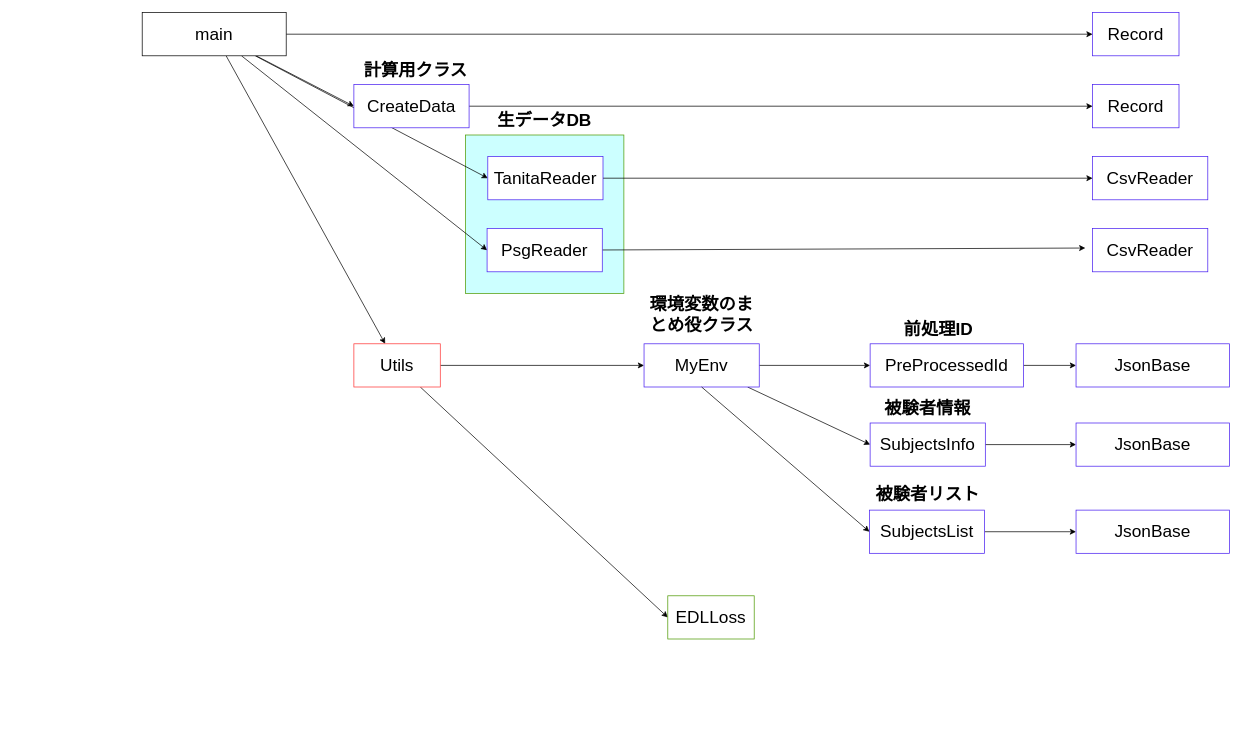
Before: page "main.py" (1 of 4) of pre_process/architecture.dio in Taiki-jp/sleep_study, a draw.io diagram. Source tidied: cells renumbered, new cells numbered last; positions are measured from the earlier drawing's top-left corner, leaving out a move shared by most shapes. Both pictures are drawn from the tidied source at 72%, with x=0, y=0 at pixel (142, 12).
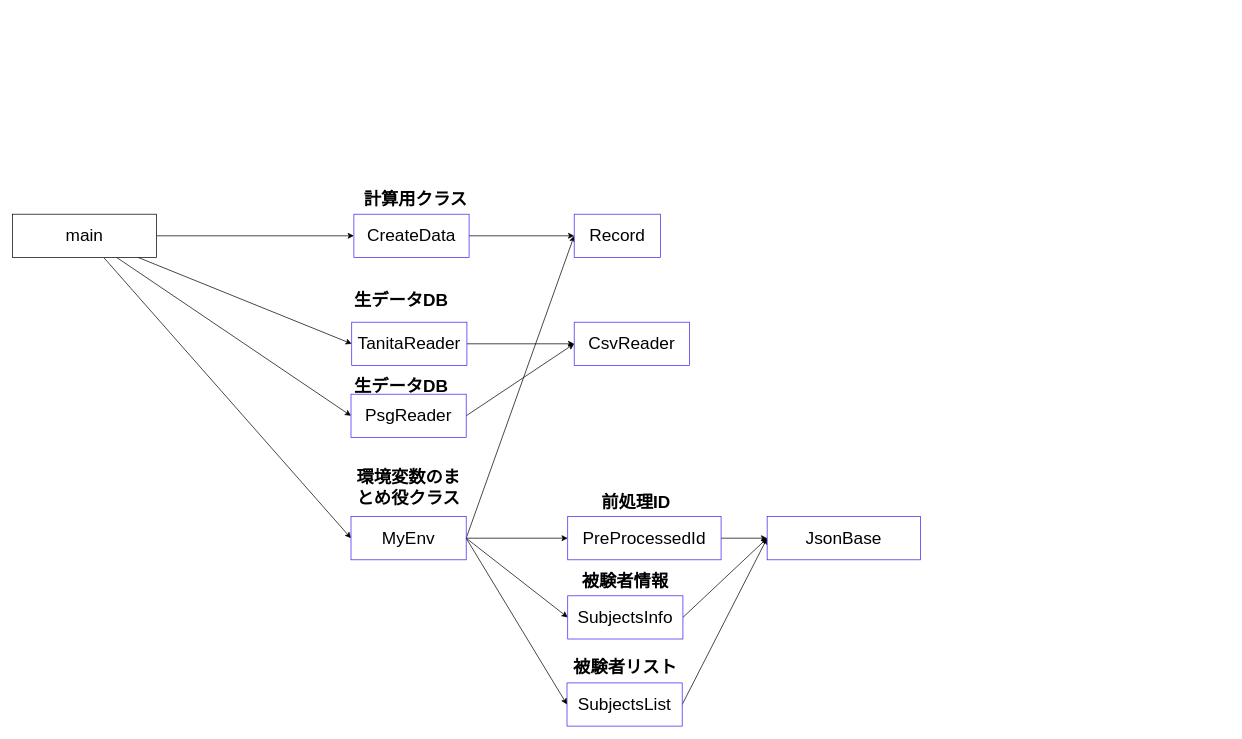
The same page after the edit.

Commit message (it also covers changes not shown here):
fix: file relation overall (ref architecture.dio)

Diff of the diagram source:
```diff
@@
-    <mxCell id="2" style="whiteSpace=wrap;html=1;strokeColor=#4D9900;fillColor=#CCFFFF;" parent="1" vertex="1">
-      <mxGeometry x="449" y="170" width="220" height="220" as="geometry" />
-    </mxCell>
-    <mxCell id="3" style="edgeStyle=none;html=1;" parent="1" edge="1" source="8" target="11">
+    <mxCell id="3" style="edgeStyle=none;html=1;entryX=0;entryY=0.5;entryDx=0;entryDy=0;" parent="1" edge="1" source="8" target="21">
       <mxGeometry relative="1" as="geometry" />
     </mxCell>
@@
-    <mxCell id="7" style="edgeStyle=none;html=1;entryX=0;entryY=0.5;entryDx=0;entryDy=0;" parent="1" edge="1" source="8" target="18">
-      <mxGeometry relative="1" as="geometry" />
-    </mxCell>
     <mxCell id="8" value="&lt;span style=&quot;font-size: 24px&quot;&gt;main&lt;/span&gt;" style="whiteSpace=wrap;html=1;" parent="1" vertex="1">
-      <mxGeometry width="200" height="60" as="geometry" />
+      <mxGeometry x="-180" y="280" width="200" height="60" as="geometry" />
     </mxCell>
-    <mxCell id="9" style="edgeStyle=none;html=1;exitX=1;exitY=0.5;exitDx=0;exitDy=0;entryX=0;entryY=0.5;entryDx=0;entryDy=0;" parent="1" edge="1" source="11" target="21">
-      <mxGeometry relative="1" as="geometry" />
-    </mxCell>
-    <mxCell id="10" style="edgeStyle=none;html=1;entryX=0;entryY=0.5;entryDx=0;entryDy=0;" parent="1" edge="1" source="11" target="35">
-      <mxGeometry relative="1" as="geometry" />
-    </mxCell>
-    <mxCell id="11" value="&lt;font style=&quot;font-size: 24px&quot;&gt;Utils&lt;/font&gt;" style="whiteSpace=wrap;html=1;strokeColor=#FF3333;" parent="1" vertex="1">
-      <mxGeometry x="294" y="460" width="120" height="60" as="geometry" />
-    </mxCell>
@@
     <mxCell id="13" value="&lt;font style=&quot;font-size: 24px&quot;&gt;CreateData&lt;/font&gt;" style="whiteSpace=wrap;html=1;strokeColor=#471DF0;" parent="1" vertex="1">
-      <mxGeometry x="294" y="100" width="160" height="60" as="geometry" />
+      <mxGeometry x="294" y="280" width="160" height="60" as="geometry" />
     </mxCell>
@@
     <mxCell id="15" value="&lt;font style=&quot;font-size: 24px&quot;&gt;TanitaReader&lt;/font&gt;" style="whiteSpace=wrap;html=1;strokeColor=#471DF0;" parent="1" vertex="1">
-      <mxGeometry x="480" y="200" width="160" height="60" as="geometry" />
+      <mxGeometry x="291" y="430" width="160" height="60" as="geometry" />
     </mxCell>
-    <mxCell id="16" style="edgeStyle=none;html=1;entryX=-0.063;entryY=0.45;entryDx=0;entryDy=0;entryPerimeter=0;" parent="1" edge="1" source="17" target="34">
+    <mxCell id="16" style="edgeStyle=none;html=1;entryX=0;entryY=0.5;entryDx=0;entryDy=0;exitX=1;exitY=0.5;exitDx=0;exitDy=0;" parent="1" edge="1" source="17" target="33">
       <mxGeometry relative="1" as="geometry" />
     </mxCell>
     <mxCell id="17" value="&lt;font style=&quot;font-size: 24px&quot;&gt;PsgReader&lt;/font&gt;" style="whiteSpace=wrap;html=1;strokeColor=#471DF0;" parent="1" vertex="1">
-      <mxGeometry x="479" y="300" width="160" height="60" as="geometry" />
+      <mxGeometry x="290" y="530" width="160" height="60" as="geometry" />
     </mxCell>
-    <mxCell id="18" value="&lt;font style=&quot;font-size: 24px&quot;&gt;Record&lt;/font&gt;" style="whiteSpace=wrap;html=1;strokeColor=#471DF0;" parent="1" vertex="1">
-      <mxGeometry x="1320" width="120" height="60" as="geometry" />
-    </mxCell>
@@
-    <mxCell id="20" style="edgeStyle=none;html=1;entryX=0;entryY=0.5;entryDx=0;entryDy=0;" parent="1" edge="1" source="21" target="28">
+    <mxCell id="20" style="edgeStyle=none;html=1;entryX=0;entryY=0.5;entryDx=0;entryDy=0;exitX=1;exitY=0.5;exitDx=0;exitDy=0;" parent="1" edge="1" source="21" target="28">
       <mxGeometry relative="1" as="geometry" />
     </mxCell>
+    <mxCell id="7" style="edgeStyle=none;html=1;entryX=0;entryY=0.5;entryDx=0;entryDy=0;exitX=1;exitY=0.5;exitDx=0;exitDy=0;" parent="1" edge="1" source="21" target="32">
+      <mxGeometry relative="1" as="geometry" />
+    </mxCell>
     <mxCell id="21" value="&lt;font style=&quot;font-size: 24px&quot;&gt;MyEnv&lt;/font&gt;" style="whiteSpace=wrap;html=1;strokeColor=#471DF0;" parent="1" vertex="1">
-      <mxGeometry x="697" y="460" width="160" height="60" as="geometry" />
+      <mxGeometry x="290" y="700" width="160" height="60" as="geometry" />
     </mxCell>
-    <mxCell id="22" style="edgeStyle=none;html=1;entryX=0;entryY=0.5;entryDx=0;entryDy=0;" parent="1" edge="1" source="23" target="31">
+    <mxCell id="22" style="edgeStyle=none;html=1;entryX=0;entryY=0.5;entryDx=0;entryDy=0;exitX=1;exitY=0.5;exitDx=0;exitDy=0;" parent="1" edge="1" source="23" target="29">
       <mxGeometry relative="1" as="geometry" />
     </mxCell>
     <mxCell id="23" value="&lt;font style=&quot;font-size: 24px&quot;&gt;SubjectsList&lt;/font&gt;" style="whiteSpace=wrap;html=1;strokeColor=#471DF0;" parent="1" vertex="1">
-      <mxGeometry x="1010" y="691" width="160" height="60" as="geometry" />
+      <mxGeometry x="590" y="931" width="160" height="60" as="geometry" />
     </mxCell>
-    <mxCell id="24" style="edgeStyle=none;html=1;entryX=0;entryY=0.5;entryDx=0;entryDy=0;exitX=0.5;exitY=1;exitDx=0;exitDy=0;" parent="1" edge="1" source="21" target="23">
+    <mxCell id="24" style="edgeStyle=none;html=1;entryX=0;entryY=0.5;entryDx=0;entryDy=0;exitX=1;exitY=0.5;exitDx=0;exitDy=0;" parent="1" edge="1" source="21" target="23">
       <mxGeometry relative="1" as="geometry" />
     </mxCell>
@@
     <mxCell id="26" value="&lt;font style=&quot;font-size: 24px&quot;&gt;PreProcessedId&lt;/font&gt;" style="whiteSpace=wrap;html=1;strokeColor=#471DF0;" parent="1" vertex="1">
-      <mxGeometry x="1011" y="460" width="213" height="60" as="geometry" />
+      <mxGeometry x="591" y="700" width="213" height="60" as="geometry" />
     </mxCell>
-    <mxCell id="27" style="edgeStyle=none;html=1;entryX=0;entryY=0.5;entryDx=0;entryDy=0;" parent="1" edge="1" source="28" target="30">
+    <mxCell id="27" style="edgeStyle=none;html=1;entryX=0;entryY=0.5;entryDx=0;entryDy=0;exitX=1;exitY=0.5;exitDx=0;exitDy=0;" parent="1" edge="1" source="28" target="29">
       <mxGeometry relative="1" as="geometry" />
     </mxCell>
     <mxCell id="28" value="&lt;font style=&quot;font-size: 24px&quot;&gt;SubjectsInfo&lt;/font&gt;" style="whiteSpace=wrap;html=1;strokeColor=#471DF0;" parent="1" vertex="1">
-      <mxGeometry x="1011" y="570" width="160" height="60" as="geometry" />
+      <mxGeometry x="591" y="810" width="160" height="60" as="geometry" />
     </mxCell>
     <mxCell id="29" value="&lt;span style=&quot;font-size: 24px&quot;&gt;JsonBase&lt;/span&gt;" style="whiteSpace=wrap;html=1;strokeColor=#471DF0;" parent="1" vertex="1">
-      <mxGeometry x="1297" y="460" width="213" height="60" as="geometry" />
+      <mxGeometry x="868" y="700" width="213" height="60" as="geometry" />
     </mxCell>
-    <mxCell id="30" value="&lt;span style=&quot;font-size: 24px&quot;&gt;JsonBase&lt;/span&gt;" style="whiteSpace=wrap;html=1;strokeColor=#471DF0;" parent="1" vertex="1">
-      <mxGeometry x="1297" y="570" width="213" height="60" as="geometry" />
-    </mxCell>
-    <mxCell id="31" value="&lt;span style=&quot;font-size: 24px&quot;&gt;JsonBase&lt;/span&gt;" style="whiteSpace=wrap;html=1;strokeColor=#471DF0;" parent="1" vertex="1">
-      <mxGeometry x="1297" y="691" width="213" height="60" as="geometry" />
-    </mxCell>
     <mxCell id="32" value="&lt;font style=&quot;font-size: 24px&quot;&gt;Record&lt;/font&gt;" style="whiteSpace=wrap;html=1;strokeColor=#471DF0;" parent="1" vertex="1">
-      <mxGeometry x="1320" y="100" width="120" height="60" as="geometry" />
+      <mxGeometry x="600" y="280" width="120" height="60" as="geometry" />
     </mxCell>
     <mxCell id="33" value="&lt;span style=&quot;font-size: 24px&quot;&gt;CsvReader&lt;/span&gt;" style="whiteSpace=wrap;html=1;strokeColor=#471DF0;" parent="1" vertex="1">
-      <mxGeometry x="1320" y="200" width="160" height="60" as="geometry" />
+      <mxGeometry x="600" y="430" width="160" height="60" as="geometry" />
     </mxCell>
-    <mxCell id="34" value="&lt;span style=&quot;font-size: 24px&quot;&gt;CsvReader&lt;/span&gt;" style="whiteSpace=wrap;html=1;strokeColor=#471DF0;" parent="1" vertex="1">
-      <mxGeometry x="1320" y="300" width="160" height="60" as="geometry" />
-    </mxCell>
-    <mxCell id="35" value="&lt;font style=&quot;font-size: 24px&quot;&gt;EDLLoss&lt;/font&gt;" style="whiteSpace=wrap;html=1;strokeColor=#4D9900;" parent="1" vertex="1">
-      <mxGeometry x="730" y="810" width="120" height="60" as="geometry" />
-    </mxCell>
     <mxCell id="36" value="&lt;font style=&quot;font-size: 24px&quot;&gt;計算用クラス&lt;/font&gt;" style="text;html=1;strokeColor=none;fillColor=none;align=center;verticalAlign=middle;whiteSpace=wrap;rounded=0;fontStyle=1;shadow=0;" parent="1" vertex="1">
-      <mxGeometry x="300" y="70" width="160" height="20" as="geometry" />
+      <mxGeometry x="300" y="250" width="160" height="20" as="geometry" />
     </mxCell>
     <mxCell id="37" value="&lt;span style=&quot;font-size: 24px&quot;&gt;前処理ID&lt;/span&gt;" style="text;html=1;strokeColor=none;fillColor=none;align=center;verticalAlign=middle;whiteSpace=wrap;rounded=0;fontStyle=1;shadow=0;" parent="1" vertex="1">
-      <mxGeometry x="1041" y="430" width="130" height="20" as="geometry" />
+      <mxGeometry x="621" y="670" width="130" height="20" as="geometry" />
     </mxCell>
     <mxCell id="38" value="&lt;span style=&quot;font-size: 24px&quot;&gt;被験者情報&lt;/span&gt;" style="text;html=1;strokeColor=none;fillColor=none;align=center;verticalAlign=middle;whiteSpace=wrap;rounded=0;fontStyle=1;shadow=0;" parent="1" vertex="1">
-      <mxGeometry x="1026" y="540" width="130" height="20" as="geometry" />
+      <mxGeometry x="606" y="780" width="130" height="20" as="geometry" />
     </mxCell>
     <mxCell id="39" value="&lt;span style=&quot;font-size: 24px&quot;&gt;被験者リスト&lt;/span&gt;" style="text;html=1;strokeColor=none;fillColor=none;align=center;verticalAlign=middle;whiteSpace=wrap;rounded=0;fontStyle=1;shadow=0;" parent="1" vertex="1">
-      <mxGeometry x="1012" y="660" width="158" height="20" as="geometry" />
+      <mxGeometry x="592" y="900" width="158" height="20" as="geometry" />
     </mxCell>
     <mxCell id="40" value="&lt;span style=&quot;font-size: 24px&quot;&gt;生データDB&lt;/span&gt;" style="text;html=1;strokeColor=none;fillColor=none;align=center;verticalAlign=middle;whiteSpace=wrap;rounded=0;fontStyle=1;shadow=0;" parent="1" vertex="1">
-      <mxGeometry x="479" y="140" width="160" height="20" as="geometry" />
+      <mxGeometry x="280" y="390" width="160" height="20" as="geometry" />
     </mxCell>
     <mxCell id="41" value="&lt;span style=&quot;font-size: 24px&quot;&gt;環境変数のまとめ役クラス&lt;/span&gt;" style="text;html=1;strokeColor=none;fillColor=none;align=center;verticalAlign=middle;whiteSpace=wrap;rounded=0;fontStyle=1;shadow=0;" parent="1" vertex="1">
-      <mxGeometry x="697" y="410" width="160" height="20" as="geometry" />
+      <mxGeometry x="290" y="650" width="160" height="20" as="geometry" />
     </mxCell>
+    <mxCell id="42" value="&lt;span style=&quot;font-size: 24px&quot;&gt;生データDB&lt;/span&gt;" style="text;html=1;strokeColor=none;fillColor=none;align=center;verticalAlign=middle;whiteSpace=wrap;rounded=0;fontStyle=1;shadow=0;" parent="1" vertex="1">
+      <mxGeometry x="280" y="510" width="160" height="20" as="geometry" />
+    </mxCell>
```
